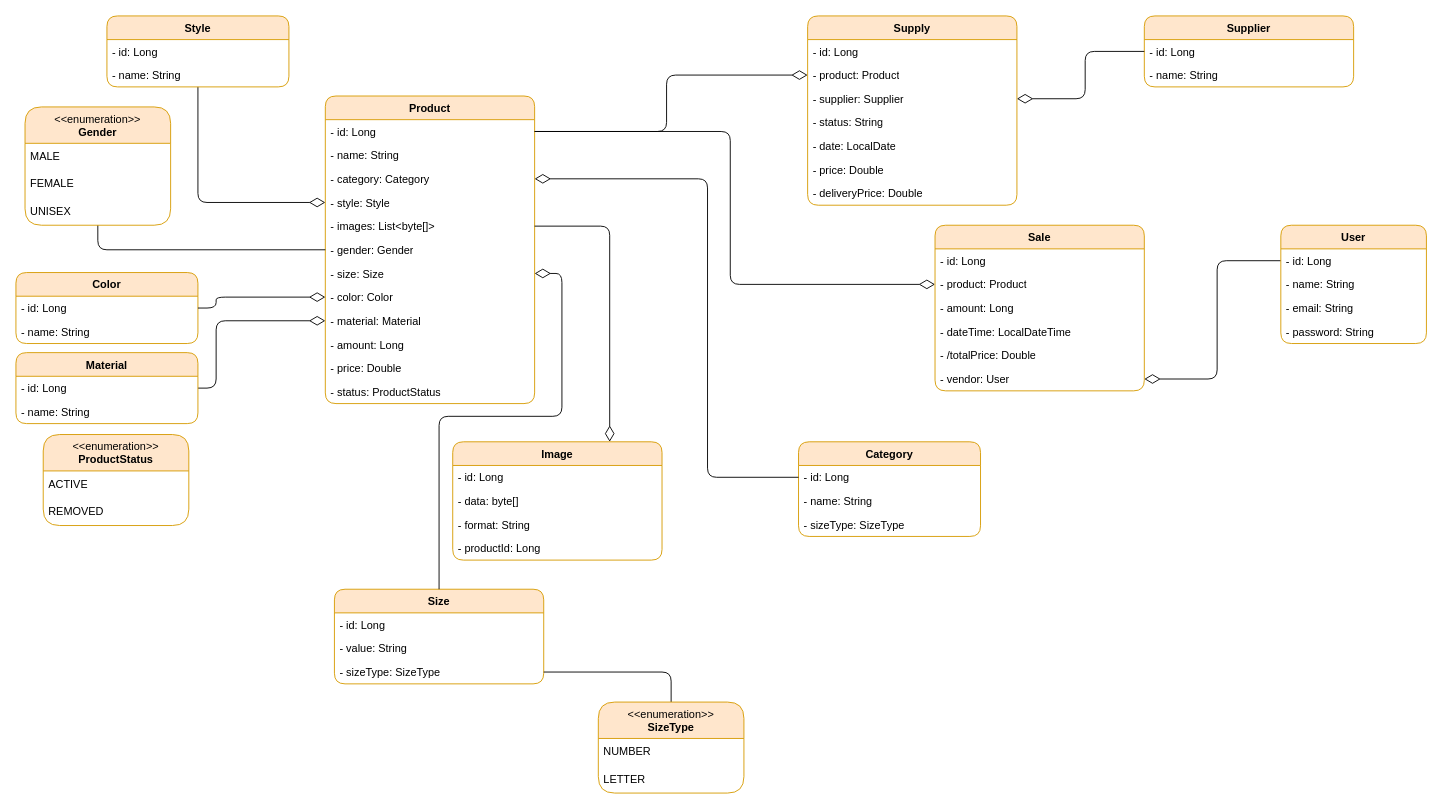
This is page "Diagrama de Classes" (1 of 2) of docs/UML - Clothing Store.drawio from VitorPaulinoG/ClothingStore, a draw.io file, before an edit. Source tidied: cells renumbered, new cells numbered last; positions are measured from the earlier drawing's top-left corner, leaving out a move shared by most shapes. Both pictures are drawn from the tidied source at 91%, with x=0, y=0 at pixel (15, 15).
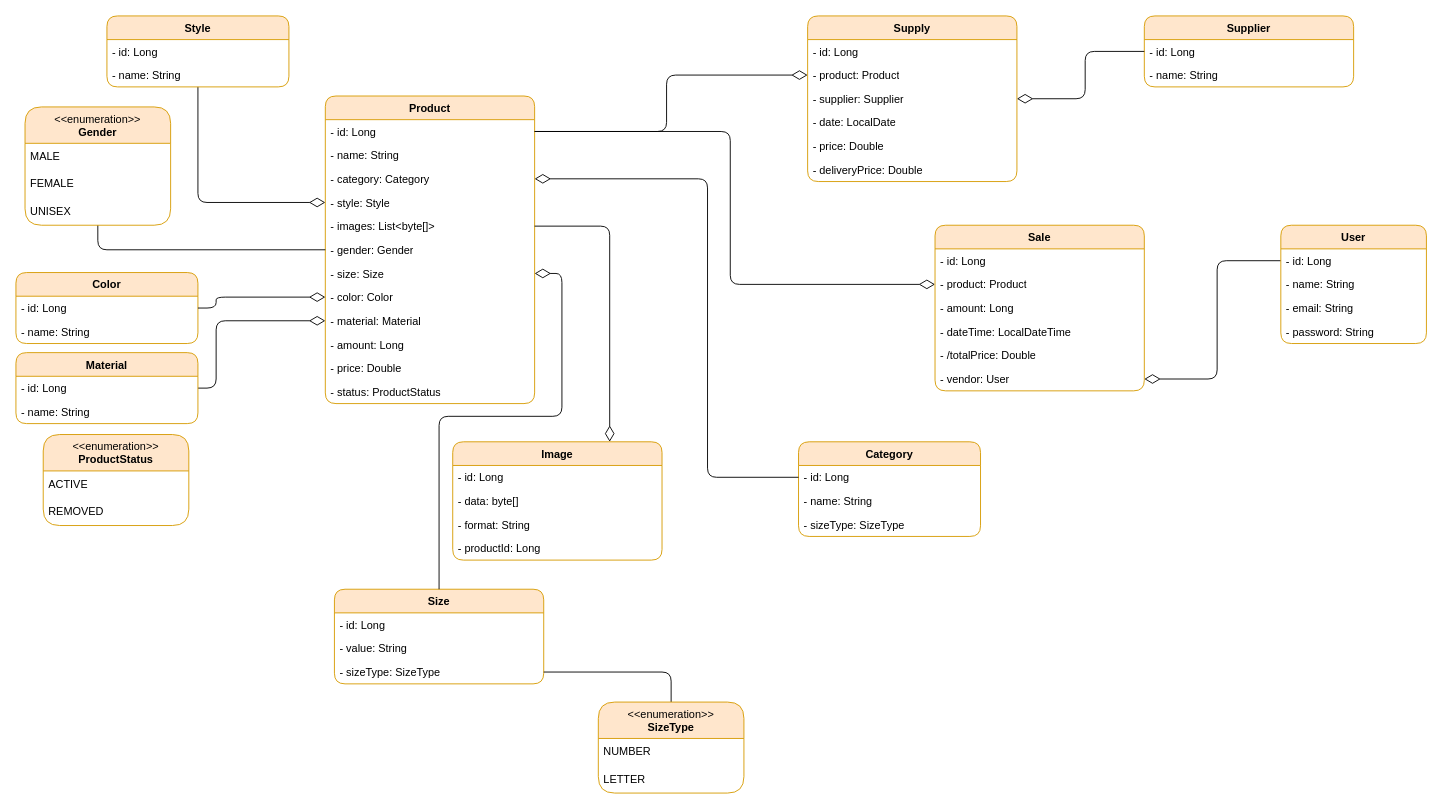
Above is the later version.

Diff of the diagram source:
```diff
@@
     <mxCell id="49" value="Supply" style="swimlane;fontStyle=1;align=center;verticalAlign=top;horizontal=1;startSize=26;whiteSpace=wrap;html=1;fillColor=#ffe6cc;strokeColor=#d79b00;rounded=1;fontFamily=Cascadia Code;" parent="1" vertex="1">
-      <mxGeometry x="870" width="230" height="208" as="geometry" />
+      <mxGeometry x="870" width="230" height="182" as="geometry" />
     </mxCell>
@@
-    <mxCell id="53" value="- status: String" style="text;strokeColor=none;fillColor=none;align=left;verticalAlign=top;spacingLeft=4;spacingRight=4;overflow=hidden;whiteSpace=wrap;html=1;fontFamily=Cascadia Code;" parent="49" vertex="1">
-      <mxGeometry y="104" width="230" height="26" as="geometry" />
-    </mxCell>
     <mxCell id="54" value="- date: LocalDate" style="text;strokeColor=none;fillColor=none;align=left;verticalAlign=top;spacingLeft=4;spacingRight=4;overflow=hidden;whiteSpace=wrap;html=1;fontFamily=Cascadia Code;" parent="49" vertex="1">
-      <mxGeometry y="130" width="230" height="26" as="geometry" />
+      <mxGeometry y="104" width="230" height="26" as="geometry" />
     </mxCell>
     <mxCell id="55" value="- price: Double" style="text;strokeColor=none;fillColor=none;align=left;verticalAlign=top;spacingLeft=4;spacingRight=4;overflow=hidden;whiteSpace=wrap;html=1;fontFamily=Cascadia Code;" parent="49" vertex="1">
-      <mxGeometry y="156" width="230" height="26" as="geometry" />
+      <mxGeometry y="130" width="230" height="26" as="geometry" />
     </mxCell>
     <mxCell id="56" value="- deliveryPrice: Double" style="text;strokeColor=none;fillColor=none;align=left;verticalAlign=top;spacingLeft=4;spacingRight=4;overflow=hidden;whiteSpace=wrap;html=1;fontFamily=Cascadia Code;" parent="49" vertex="1">
-      <mxGeometry y="182" width="230" height="26" as="geometry" />
+      <mxGeometry y="156" width="230" height="26" as="geometry" />
     </mxCell>
```
